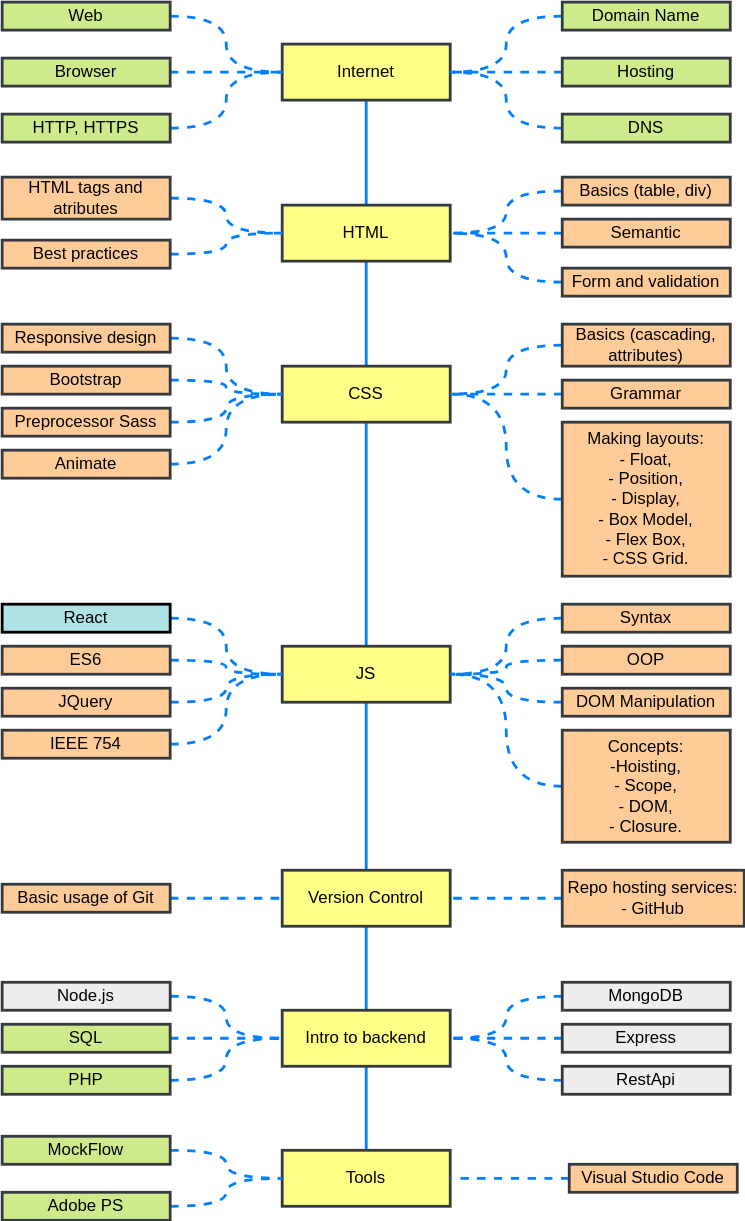
Above: frontend-roadmap/frontendDiagram.svg in dczerniawko/dczerniawko.github.io (draw.io), before the change. Source tidied: cells renumbered, new cells last; positions are measured from the earlier drawing's top-left corner, leaving out a move shared by most shapes.
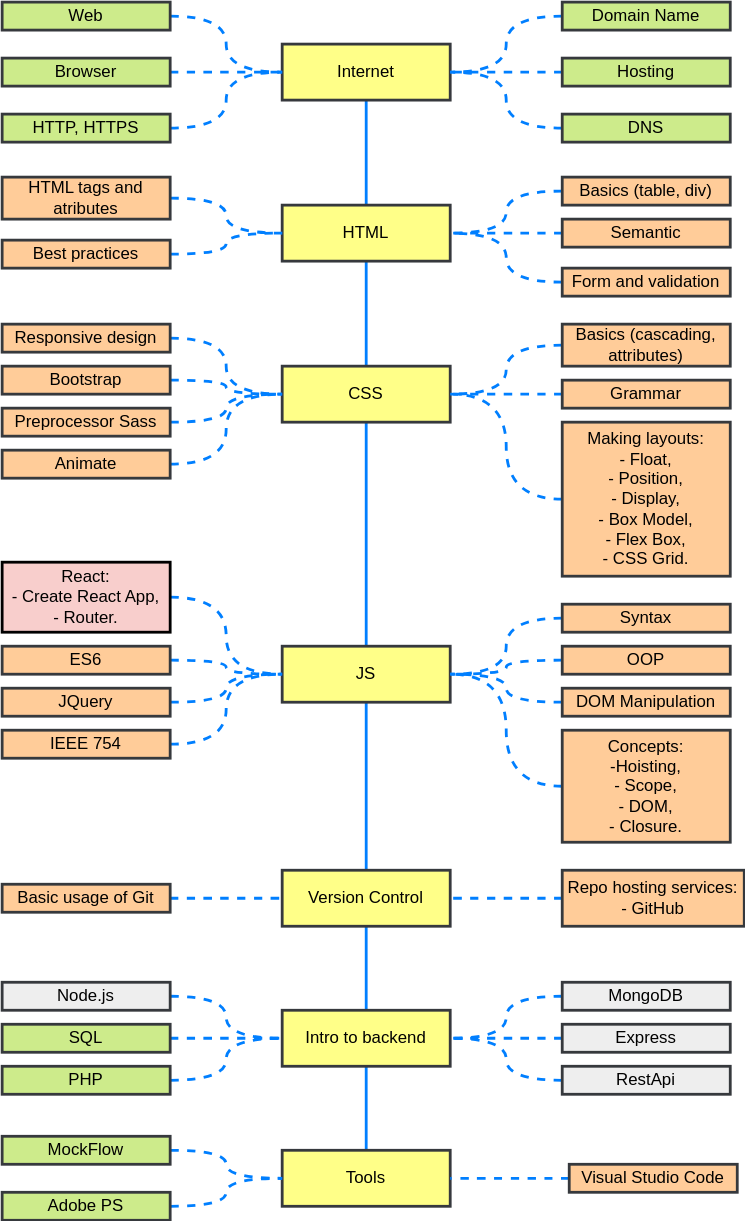
The same file after the commit.

Diff of the diagram source:
```diff
@@ -170,8 +170,8 @@
     <mxCell id="57" style="edgeStyle=orthogonalEdgeStyle;curved=1;jettySize=auto;html=1;entryX=0;entryY=0.5;entryDx=0;entryDy=0;dashed=1;endArrow=none;endFill=0;strokeColor=#007FFF;strokeWidth=2;" parent="1" edge="1" source="58" target="9">
       <mxGeometry relative="1" as="geometry" />
     </mxCell>
-    <mxCell id="58" value="React" style="rounded=0;whiteSpace=wrap;html=1;strokeWidth=2;fillColor=#b0e3e6;" parent="1" vertex="1">
-      <mxGeometry y="430" width="120" height="20" as="geometry" />
+    <mxCell id="58" value="&lt;div&gt;React:&lt;/div&gt;&lt;div&gt;- Create React App,&lt;/div&gt;&lt;div&gt;- Router.&lt;br&gt;&lt;/div&gt;" style="rounded=0;whiteSpace=wrap;html=1;strokeWidth=2;fillColor=#f8cecc;" parent="1" vertex="1">
+      <mxGeometry y="400" width="120" height="50" as="geometry" />
     </mxCell>
     <mxCell id="59" style="edgeStyle=orthogonalEdgeStyle;curved=1;jettySize=auto;html=1;entryX=1;entryY=0.5;entryDx=0;entryDy=0;dashed=1;endArrow=none;endFill=0;strokeColor=#007FFF;strokeWidth=2;" parent="1" edge="1" source="60" target="9">
       <mxGeometry relative="1" as="geometry" />
```
